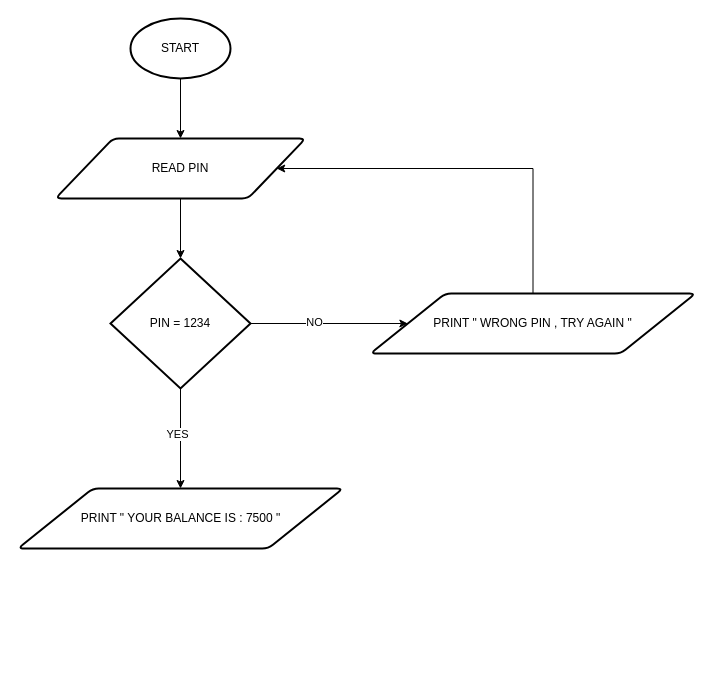
Earlier version of the draw.io diagram Problem 49.drawio (YOUSSEF5658/-Algorithms-Problem-Solving-Level-1). Source tidied: cells renumbered, new cells numbered last; positions are measured from the earlier drawing's top-left corner, leaving out a move shared by most shapes. Both pictures are drawn from the tidied source at 100%, with x=0, y=0 at pixel (18, 18).
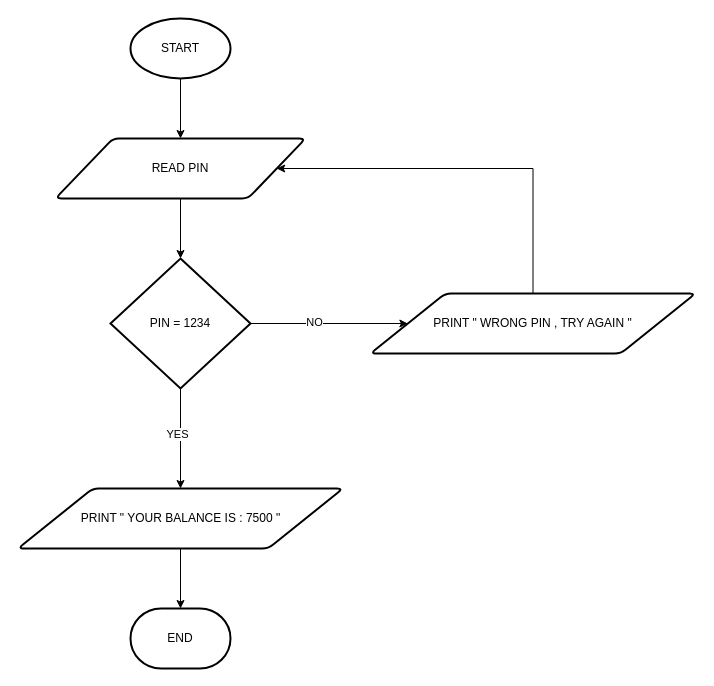
Above is the later version.

Commit message (it also covers changes not shown here):
Problem #49 - ATM PIN

Diff of the diagram source:
```diff
@@
 <mxGraphModel>
   <root>
     <mxCell id="0" />
     <mxCell id="1" parent="0" />
     <mxCell id="2" style="edgeStyle=orthogonalEdgeStyle;rounded=0;jettySize=auto;html=1;exitX=0.5;exitY=1;exitDx=0;exitDy=0;exitPerimeter=0;entryX=0.5;entryY=0;entryDx=0;entryDy=0;" parent="1" edge="1" source="3" target="4">
       <mxGeometry relative="1" as="geometry" />
     </mxCell>
     <mxCell id="3" value="START" style="strokeWidth=2;html=1;shape=mxgraph.flowchart.start_1;whiteSpace=wrap;" parent="1" vertex="1">
       <mxGeometry x="112" width="100" height="60" as="geometry" />
     </mxCell>
     <mxCell id="4" value="READ PIN" style="shape=parallelogram;html=1;strokeWidth=2;perimeter=parallelogramPerimeter;whiteSpace=wrap;rounded=1;arcSize=12;size=0.23;" parent="1" vertex="1">
       <mxGeometry x="37" y="120" width="250" height="60" as="geometry" />
     </mxCell>
     <mxCell id="5" style="edgeStyle=orthogonalEdgeStyle;rounded=0;jettySize=auto;html=1;exitX=0.5;exitY=1;exitDx=0;exitDy=0;exitPerimeter=0;" parent="1" edge="1" source="9" target="10">
       <mxGeometry relative="1" as="geometry" />
     </mxCell>
     <mxCell id="6" value="YES" style="edgeLabel;html=1;align=center;verticalAlign=middle;" parent="5" vertex="1">
       <mxGeometry x="-0.1" y="-4" relative="1" as="geometry" />
     </mxCell>
     <mxCell id="7" style="edgeStyle=orthogonalEdgeStyle;rounded=0;jettySize=auto;html=1;exitX=1;exitY=0.5;exitDx=0;exitDy=0;exitPerimeter=0;entryX=0;entryY=0.5;entryDx=0;entryDy=0;" parent="1" edge="1" source="9" target="13">
       <mxGeometry relative="1" as="geometry" />
     </mxCell>
     <mxCell id="8" value="NO" style="edgeLabel;html=1;align=center;verticalAlign=middle;" parent="7" vertex="1">
       <mxGeometry x="-0.2" y="2" relative="1" as="geometry" />
     </mxCell>
     <mxCell id="9" value="PIN = 1234" style="strokeWidth=2;html=1;shape=mxgraph.flowchart.decision;whiteSpace=wrap;" parent="1" vertex="1">
       <mxGeometry x="92" y="240" width="140" height="130" as="geometry" />
     </mxCell>
     <mxCell id="10" value="PRINT &quot; YOUR BALANCE IS : 7500 &quot;" style="shape=parallelogram;html=1;strokeWidth=2;perimeter=parallelogramPerimeter;whiteSpace=wrap;rounded=1;arcSize=12;size=0.23;" parent="1" vertex="1">
       <mxGeometry x="-0.5" y="470" width="325" height="60" as="geometry" />
     </mxCell>
     <mxCell id="11" style="edgeStyle=orthogonalEdgeStyle;rounded=0;jettySize=auto;html=1;exitX=0.5;exitY=1;exitDx=0;exitDy=0;entryX=0.5;entryY=0;entryDx=0;entryDy=0;entryPerimeter=0;" parent="1" edge="1" source="4" target="9">
       <mxGeometry relative="1" as="geometry" />
     </mxCell>
     <mxCell id="12" style="edgeStyle=orthogonalEdgeStyle;rounded=0;jettySize=auto;html=1;exitX=0.5;exitY=0;exitDx=0;exitDy=0;entryX=1;entryY=0.5;entryDx=0;entryDy=0;" parent="1" edge="1" source="13" target="4">
       <mxGeometry relative="1" as="geometry">
         <Array as="points">
           <mxPoint x="515" y="150" />
         </Array>
       </mxGeometry>
     </mxCell>
     <mxCell id="13" value="PRINT &quot; WRONG PIN , TRY AGAIN &quot;" style="shape=parallelogram;html=1;strokeWidth=2;perimeter=parallelogramPerimeter;whiteSpace=wrap;rounded=1;arcSize=12;size=0.23;" parent="1" vertex="1">
       <mxGeometry x="352" y="275" width="325" height="60" as="geometry" />
     </mxCell>
+    <mxCell id="14" value="END" style="strokeWidth=2;html=1;shape=mxgraph.flowchart.terminator;whiteSpace=wrap;" parent="1" vertex="1">
+      <mxGeometry x="112" y="590" width="100" height="60" as="geometry" />
+    </mxCell>
+    <mxCell id="15" style="edgeStyle=orthogonalEdgeStyle;rounded=0;jettySize=auto;html=1;exitX=0.5;exitY=1;exitDx=0;exitDy=0;entryX=0.5;entryY=0;entryDx=0;entryDy=0;entryPerimeter=0;" parent="1" edge="1" source="10" target="14">
+      <mxGeometry relative="1" as="geometry" />
+    </mxCell>
   </root>
 </mxGraphModel>
```
